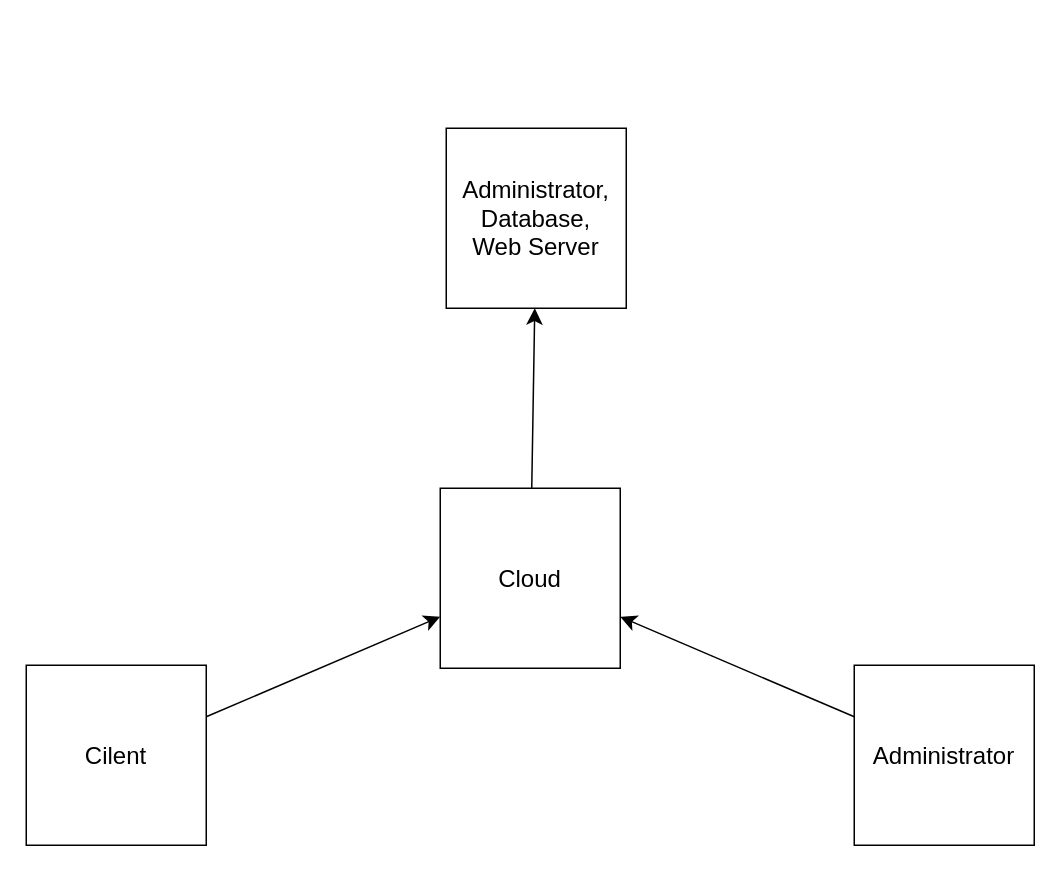
ProfDetermined/uni-works keeps this draw.io diagram as ER.drawio. Above is the earlier version. Source tidied: cells renumbered, new cells numbered last; positions are measured from the earlier drawing's top-left corner, leaving out a move shared by most shapes. Both pictures are drawn from the tidied source at 150%, with x=0, y=0 at pixel (26, 128).
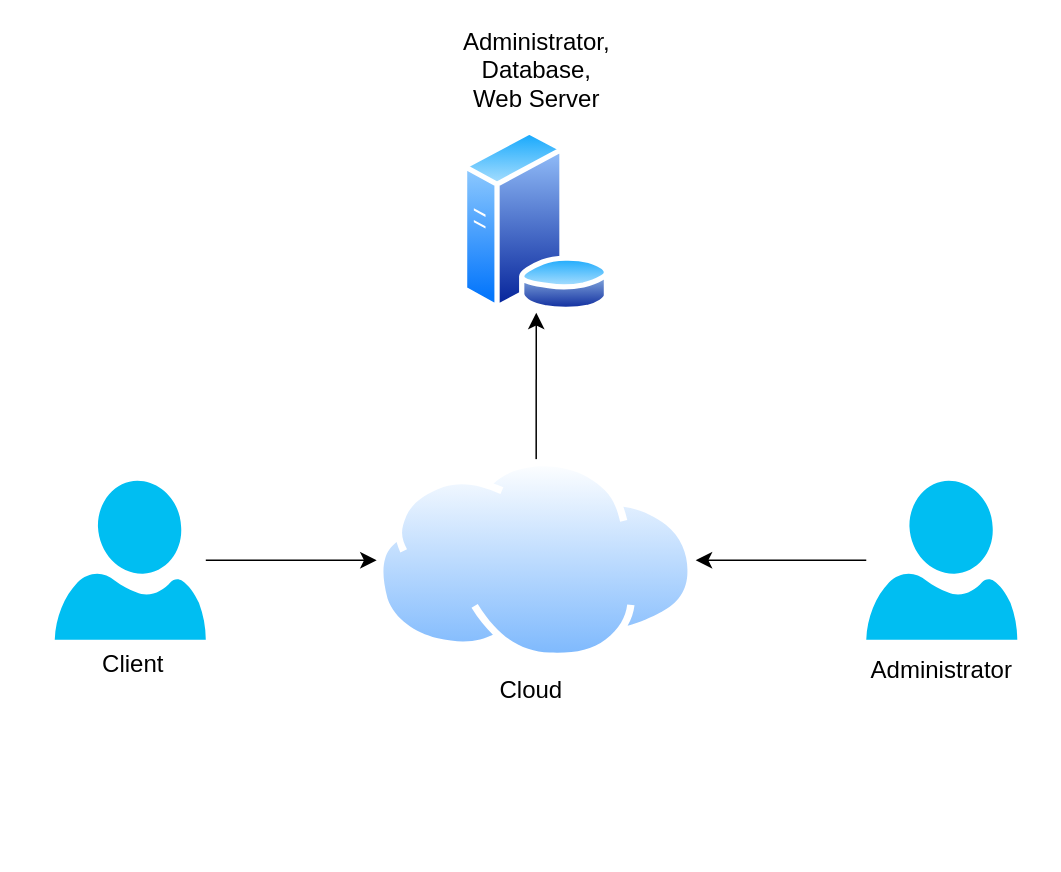
After the change.

Diff of the diagram source:
```diff
@@
 <mxGraphModel>
   <root>
     <mxCell id="0" />
     <mxCell id="1" parent="0" />
-    <mxCell id="2" style="edgeStyle=none;curved=1;rounded=0;jettySize=auto;html=1;fontSize=12;startSize=8;endSize=8;" parent="1" edge="1" source="3" target="5">
-      <mxGeometry relative="1" as="geometry" />
-    </mxCell>
-    <mxCell id="3" value="Cilent" style="rounded=0;whiteSpace=wrap;html=1;fontSize=16;" parent="1" vertex="1">
-      <mxGeometry y="358" width="120" height="120" as="geometry" />
-    </mxCell>
-    <mxCell id="4" style="edgeStyle=none;curved=1;rounded=0;jettySize=auto;html=1;fontSize=12;startSize=8;endSize=8;" parent="1" edge="1" source="5" target="8">
-      <mxGeometry relative="1" as="geometry" />
-    </mxCell>
+    <mxCell id="9" style="image;perimeter=ellipsePerimeter;html=1;align=center;shadow=0;dashed=0;spacingTop=3;image=img/lib/active_directory/database_server.svg;fontSize=16;" parent="1" vertex="1">
+      <mxGeometry x="290" y="1" width="100" height="122" as="geometry" />
+    </mxCell>
+    <mxCell id="8" value="Administrator, Database,&lt;br style=&quot;border-color: var(--border-color);&quot;&gt;Web Server" style="text;html=1;strokeColor=none;fillColor=none;align=center;verticalAlign=middle;whiteSpace=wrap;rounded=0;fontSize=16;" parent="1" vertex="1">
+      <mxGeometry x="280.5" y="-54" width="119" height="30" as="geometry" />
+    </mxCell>
+    <mxCell id="10" style="edgeStyle=none;curved=1;rounded=0;jettySize=auto;html=1;fontSize=12;startSize=8;endSize=8;" parent="1" edge="1" source="11" target="13">
+      <mxGeometry relative="1" as="geometry" />
+    </mxCell>
+    <mxCell id="11" style="verticalLabelPosition=bottom;html=1;verticalAlign=top;align=center;strokeColor=none;fillColor=#00BEF2;shape=mxgraph.azure.user;fontSize=16;" parent="1" vertex="1">
+      <mxGeometry x="560" y="235" width="100.7" height="106" as="geometry" />
+    </mxCell>
+    <mxCell id="7" value="&lt;span style=&quot;color: rgb(0, 0, 0); font-family: Helvetica; font-size: 16px; font-style: normal; font-variant-ligatures: normal; font-variant-caps: normal; font-weight: 400; letter-spacing: normal; orphans: 2; text-indent: 0px; text-transform: none; widows: 2; word-spacing: 0px; -webkit-text-stroke-width: 0px; background-color: rgb(255, 255, 255); text-decoration-thickness: initial; text-decoration-style: initial; text-decoration-color: initial; float: none; display: inline !important;&quot;&gt;Administrator&lt;/span&gt;" style="text;whiteSpace=wrap;html=1;fontSize=16;align=center;" parent="1" vertex="1">
+      <mxGeometry x="558" y="345" width="104.7" height="41" as="geometry" />
+    </mxCell>
-    <mxCell id="5" value="Cloud" style="rounded=0;whiteSpace=wrap;html=1;fontSize=16;" parent="1" vertex="1">
-      <mxGeometry x="276" y="240" width="120" height="120" as="geometry" />
+    <mxCell id="5" value="&lt;span style=&quot;color: rgb(0, 0, 0); font-family: Helvetica; font-size: 16px; font-style: normal; font-variant-ligatures: normal; font-variant-caps: normal; font-weight: 400; letter-spacing: normal; orphans: 2; text-align: center; text-indent: 0px; text-transform: none; widows: 2; word-spacing: 0px; -webkit-text-stroke-width: 0px; background-color: rgb(255, 255, 255); text-decoration-thickness: initial; text-decoration-style: initial; text-decoration-color: initial; float: none; display: inline !important;&quot;&gt;Cloud&lt;/span&gt;" style="text;whiteSpace=wrap;html=1;fontSize=16;" parent="1" vertex="1">
+      <mxGeometry x="313.5" y="358" width="53" height="41" as="geometry" />
     </mxCell>
-    <mxCell id="6" style="edgeStyle=none;curved=1;rounded=0;jettySize=auto;html=1;fontSize=12;startSize=8;endSize=8;" parent="1" edge="1" source="7" target="5">
-      <mxGeometry relative="1" as="geometry" />
-    </mxCell>
-    <mxCell id="7" value="Administrator" style="rounded=0;whiteSpace=wrap;html=1;fontSize=16;" parent="1" vertex="1">
-      <mxGeometry x="552" y="358" width="120" height="120" as="geometry" />
-    </mxCell>
-    <mxCell id="8" value="Administrator, Database, &lt;br&gt;Web Server" style="rounded=0;whiteSpace=wrap;html=1;fontSize=16;" parent="1" vertex="1">
-      <mxGeometry x="280" width="120" height="120" as="geometry" />
-    </mxCell>
+    <mxCell id="12" style="edgeStyle=none;curved=1;rounded=0;jettySize=auto;html=1;fontSize=12;startSize=8;endSize=8;" parent="1" edge="1" source="13" target="9">
+      <mxGeometry relative="1" as="geometry" />
+    </mxCell>
+    <mxCell id="13" style="image;perimeter=ellipsePerimeter;html=1;align=center;shadow=0;dashed=0;spacingTop=3;image=img/lib/active_directory/internet_cloud.svg;fontSize=16;" parent="1" vertex="1">
+      <mxGeometry x="233.6" y="221" width="212.7" height="134" as="geometry" />
+    </mxCell>
+    <mxCell id="14" style="edgeStyle=none;curved=1;rounded=0;jettySize=auto;html=1;fontSize=12;startSize=8;endSize=8;" parent="1" edge="1" source="15" target="13">
+      <mxGeometry relative="1" as="geometry" />
+    </mxCell>
+    <mxCell id="15" style="verticalLabelPosition=bottom;html=1;verticalAlign=top;align=center;strokeColor=none;fillColor=#00BEF2;shape=mxgraph.azure.user;fontSize=16;" parent="1" vertex="1">
+      <mxGeometry x="19" y="235" width="100.7" height="106" as="geometry" />
+    </mxCell>
+    <mxCell id="16" value="&lt;span style=&quot;color: rgb(0, 0, 0); font-family: Helvetica; font-size: 16px; font-style: normal; font-variant-ligatures: normal; font-variant-caps: normal; font-weight: 400; letter-spacing: normal; orphans: 2; text-indent: 0px; text-transform: none; widows: 2; word-spacing: 0px; -webkit-text-stroke-width: 0px; background-color: rgb(255, 255, 255); text-decoration-thickness: initial; text-decoration-style: initial; text-decoration-color: initial; float: none; display: inline !important;&quot;&gt;Client&lt;/span&gt;" style="text;whiteSpace=wrap;html=1;fontSize=16;align=center;" parent="1" vertex="1">
+      <mxGeometry x="19" y="341" width="104.7" height="41" as="geometry" />
+    </mxCell>
   </root>
 </mxGraphModel>
```
